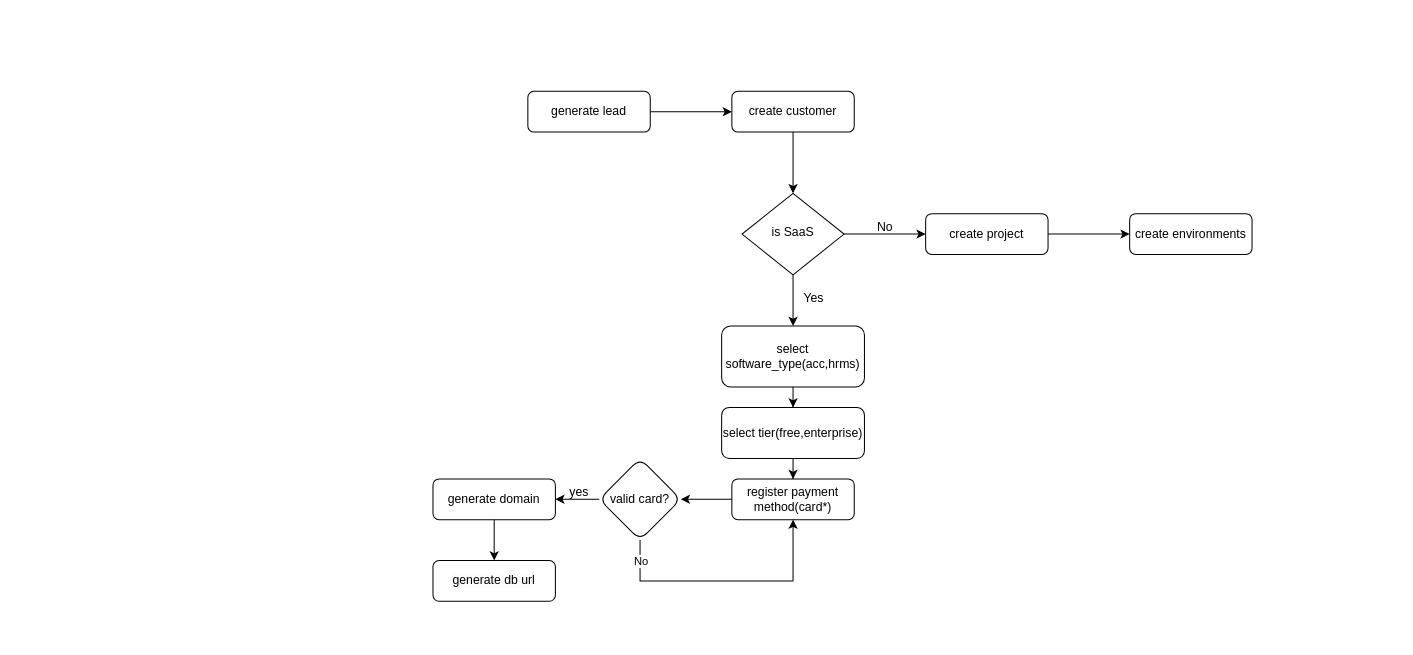
This is Product-licencing.drawio from GAndanje/product-licensing, a draw.io file, before an edit. Source tidied: cells renumbered, new cells numbered last; positions are measured from the earlier drawing's top-left corner, leaving out a move shared by most shapes. Both pictures are drawn from the tidied source at 102%, with x=0, y=0 at pixel (432, 91).
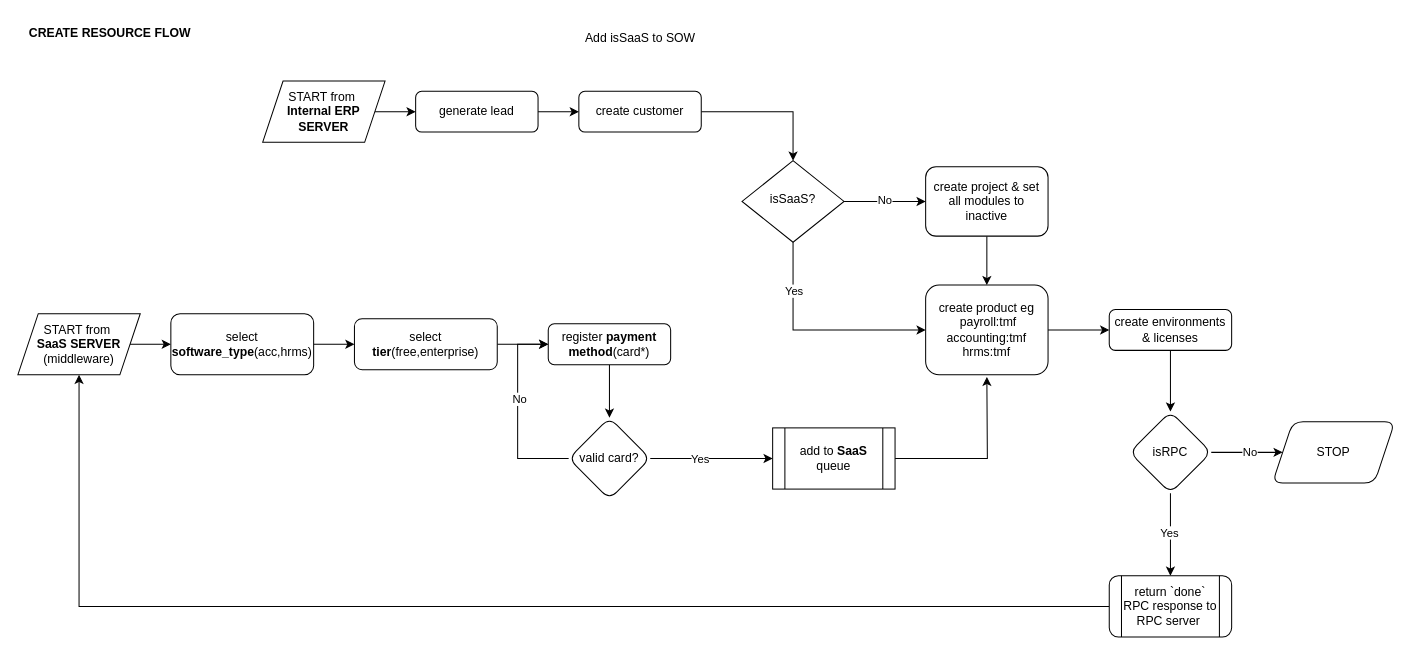
After the change.

Unchanged cells that the change refers to:
```xml
<mxCell id="9" style="edgeStyle=orthogonalEdgeStyle;rounded=0;jettySize=auto;html=1;" parent="1" edge="1" source="11" target="4">
  <mxGeometry relative="1" as="geometry" />
</mxCell>
```

Change to the diagram source:
```diff
@@
-    <mxCell id="2" value="create environments" style="rounded=1;whiteSpace=wrap;html=1;fontSize=12;glass=0;strokeWidth=1;shadow=0;" parent="1" vertex="1">
-      <mxGeometry x="683" y="120" width="120" height="40" as="geometry" />
-    </mxCell>
-    <mxCell id="3" style="edgeStyle=orthogonalEdgeStyle;rounded=0;jettySize=auto;html=1;" parent="1" edge="1" source="4" target="2">
-      <mxGeometry relative="1" as="geometry" />
-    </mxCell>
+    <mxCell id="28" style="edgeStyle=orthogonalEdgeStyle;rounded=0;jettySize=auto;html=1;" parent="1" edge="1" source="4">
+      <mxGeometry relative="1" as="geometry">
+        <mxPoint x="543" y="190" as="targetPoint" />
+      </mxGeometry>
+    </mxCell>
-    <mxCell id="4" value="create project" style="rounded=1;whiteSpace=wrap;html=1;fontSize=12;glass=0;strokeWidth=1;shadow=0;" parent="1" vertex="1">
-      <mxGeometry x="483" y="120" width="120" height="40" as="geometry" />
+    <mxCell id="4" value="create project &amp;amp; set all modules to inactive" style="rounded=1;whiteSpace=wrap;html=1;fontSize=12;glass=0;strokeWidth=1;shadow=0;" parent="1" vertex="1">
+      <mxGeometry x="483" y="74" width="120" height="68" as="geometry" />
     </mxCell>
@@
     <mxCell id="6" value="create customer" style="rounded=1;whiteSpace=wrap;html=1;fontSize=12;glass=0;strokeWidth=1;shadow=0;" parent="1" vertex="1">
-      <mxGeometry x="293" width="120" height="40" as="geometry" />
+      <mxGeometry x="143" width="120" height="40" as="geometry" />
     </mxCell>
@@
     <mxCell id="8" value="generate lead" style="rounded=1;whiteSpace=wrap;html=1;fontSize=12;glass=0;strokeWidth=1;shadow=0;" parent="1" vertex="1">
-      <mxGeometry x="93" width="120" height="40" as="geometry" />
+      <mxGeometry x="-17" width="120" height="40" as="geometry" />
     </mxCell>
@@
+    <mxCell id="29" value="No" style="edgeLabel;html=1;align=center;verticalAlign=middle;" parent="9" vertex="1">
+      <mxGeometry x="-0.03" y="2" relative="1" as="geometry" />
+    </mxCell>
-    <mxCell id="10" style="edgeStyle=orthogonalEdgeStyle;rounded=0;jettySize=auto;html=1;" parent="1" edge="1" source="11" target="14">
-      <mxGeometry relative="1" as="geometry" />
+    <mxCell id="10" style="edgeStyle=orthogonalEdgeStyle;rounded=0;jettySize=auto;html=1;entryX=0;entryY=0.5;entryDx=0;entryDy=0;" parent="1" edge="1" source="11" target="42">
+      <mxGeometry relative="1" as="geometry">
+        <Array as="points">
+          <mxPoint x="353" y="234" />
+        </Array>
+      </mxGeometry>
     </mxCell>
+    <mxCell id="30" value="Yes" style="edgeLabel;html=1;align=center;verticalAlign=middle;" parent="10" vertex="1">
+      <mxGeometry x="-0.41" y="1" relative="1" as="geometry">
+        <mxPoint x="-1" y="-17" as="offset" />
+      </mxGeometry>
+    </mxCell>
-    <mxCell id="11" value="is SaaS" style="rhombus;whiteSpace=wrap;html=1;shadow=0;fontFamily=Helvetica;fontSize=12;align=center;strokeWidth=1;spacing=6;spacingTop=-4;" parent="1" vertex="1">
-      <mxGeometry x="303" y="100" width="100" height="80" as="geometry" />
+    <mxCell id="11" value="isSaaS?" style="rhombus;whiteSpace=wrap;html=1;shadow=0;fontFamily=Helvetica;fontSize=12;align=center;strokeWidth=1;spacing=6;spacingTop=-4;" parent="1" vertex="1">
+      <mxGeometry x="303" y="68" width="100" height="80" as="geometry" />
     </mxCell>
-    <mxCell id="12" value="No" style="text;html=1;align=center;verticalAlign=middle;strokeColor=none;fillColor=none;" parent="1" vertex="1">
-      <mxGeometry x="423" y="118" width="40" height="30" as="geometry" />
-    </mxCell>
@@
-    <mxCell id="14" value="select software_type(acc,hrms)" style="rounded=1;whiteSpace=wrap;html=1;fontSize=12;glass=0;strokeWidth=1;shadow=0;" parent="1" vertex="1">
-      <mxGeometry x="283" y="230" width="140" height="60" as="geometry" />
+    <mxCell id="14" value="select &lt;b&gt;software_type&lt;/b&gt;(acc,hrms)" style="rounded=1;whiteSpace=wrap;html=1;fontSize=12;glass=0;strokeWidth=1;shadow=0;" parent="1" vertex="1">
+      <mxGeometry x="-257" y="218" width="140" height="60" as="geometry" />
     </mxCell>
-    <mxCell id="15" value="Yes" style="text;html=1;align=center;verticalAlign=middle;strokeColor=none;fillColor=none;" parent="1" vertex="1">
-      <mxGeometry x="353" y="188" width="40" height="30" as="geometry" />
-    </mxCell>
@@
-    <mxCell id="17" value="select tier(free,enterprise)" style="rounded=1;whiteSpace=wrap;html=1;fontSize=12;glass=0;strokeWidth=1;shadow=0;" parent="1" vertex="1">
-      <mxGeometry x="283" y="310" width="140" height="50" as="geometry" />
+    <mxCell id="17" value="select &lt;b&gt;tier&lt;/b&gt;(free,enterprise)" style="rounded=1;whiteSpace=wrap;html=1;fontSize=12;glass=0;strokeWidth=1;shadow=0;" parent="1" vertex="1">
+      <mxGeometry x="-77" y="223" width="140" height="50" as="geometry" />
     </mxCell>
@@
-    <mxCell id="19" value="register payment method(card*)" style="rounded=1;whiteSpace=wrap;html=1;fontSize=12;glass=0;strokeWidth=1;shadow=0;" parent="1" vertex="1">
-      <mxGeometry x="293" y="380" width="120" height="40" as="geometry" />
+    <mxCell id="19" value="register &lt;b&gt;payment method&lt;/b&gt;(card*)" style="rounded=1;whiteSpace=wrap;html=1;fontSize=12;glass=0;strokeWidth=1;shadow=0;" parent="1" vertex="1">
+      <mxGeometry x="113" y="228" width="120" height="40" as="geometry" />
     </mxCell>
-    <mxCell id="20" value="&lt;span style=&quot;color: rgb(0, 0, 0); font-family: Helvetica; font-size: 12px; font-style: normal; font-variant-ligatures: normal; font-variant-caps: normal; font-weight: 400; letter-spacing: normal; orphans: 2; text-align: center; text-indent: 0px; text-transform: none; widows: 2; word-spacing: 0px; -webkit-text-stroke-width: 0px; white-space: normal; background-color: rgb(251, 251, 251); text-decoration-thickness: initial; text-decoration-style: initial; text-decoration-color: initial; display: inline !important; float: none;&quot;&gt;generate db url&lt;/span&gt;" style="rounded=1;whiteSpace=wrap;html=1;fontSize=12;glass=0;strokeWidth=1;shadow=0;" parent="1" vertex="1">
-      <mxGeometry y="460" width="120" height="40" as="geometry" />
-    </mxCell>
-    <mxCell id="21" style="edgeStyle=orthogonalEdgeStyle;rounded=0;jettySize=auto;html=1;" parent="1" edge="1" source="22" target="20">
-      <mxGeometry relative="1" as="geometry" />
-    </mxCell>
-    <mxCell id="22" value="generate domain" style="rounded=1;whiteSpace=wrap;html=1;fontSize=12;glass=0;strokeWidth=1;shadow=0;" parent="1" vertex="1">
-      <mxGeometry y="380" width="120" height="40" as="geometry" />
-    </mxCell>
-    <mxCell id="23" style="edgeStyle=orthogonalEdgeStyle;rounded=0;jettySize=auto;html=1;" parent="1" edge="1" source="26" target="22">
-      <mxGeometry relative="1" as="geometry" />
-    </mxCell>
-    <mxCell id="24" style="edgeStyle=orthogonalEdgeStyle;rounded=0;jettySize=auto;html=1;entryX=0.5;entryY=1;entryDx=0;entryDy=0;exitX=0.5;exitY=1;exitDx=0;exitDy=0;" parent="1" edge="1" source="26" target="19">
+    <mxCell id="24" style="edgeStyle=orthogonalEdgeStyle;rounded=0;jettySize=auto;html=1;entryX=0;entryY=0.5;entryDx=0;entryDy=0;" parent="1" edge="1" source="26" target="19">
       <mxGeometry relative="1" as="geometry">
         <Array as="points">
-          <mxPoint x="203" y="480" />
-          <mxPoint x="353" y="480" />
+          <mxPoint x="83" y="360" />
+          <mxPoint x="83" y="248" />
         </Array>
       </mxGeometry>
     </mxCell>
-    <mxCell id="25" value="No" style="edgeLabel;html=1;align=center;verticalAlign=middle;" parent="24" vertex="1">
-      <mxGeometry x="-0.97" y="4" relative="1" as="geometry">
-        <mxPoint x="-4" y="16" as="offset" />
-      </mxGeometry>
-    </mxCell>
+    <mxCell id="31" value="No" style="edgeLabel;html=1;align=center;verticalAlign=middle;" parent="24" vertex="1">
+      <mxGeometry x="0.14" y="-1" relative="1" as="geometry" />
+    </mxCell>
+    <mxCell id="32" style="edgeStyle=orthogonalEdgeStyle;rounded=0;jettySize=auto;html=1;entryX=0;entryY=0.5;entryDx=0;entryDy=0;" parent="1" edge="1" source="26" target="44">
+      <mxGeometry relative="1" as="geometry" />
+    </mxCell>
+    <mxCell id="33" value="Yes" style="edgeLabel;html=1;align=center;verticalAlign=middle;" parent="32" vertex="1">
+      <mxGeometry x="-0.2" relative="1" as="geometry" />
+    </mxCell>
     <mxCell id="26" value="valid card?" style="rhombus;whiteSpace=wrap;html=1;rounded=1;glass=0;strokeWidth=1;shadow=0;" parent="1" vertex="1">
-      <mxGeometry x="163" y="360" width="80" height="80" as="geometry" />
+      <mxGeometry x="133" y="320" width="80" height="80" as="geometry" />
     </mxCell>
-    <mxCell id="27" value="yes" style="text;html=1;align=center;verticalAlign=middle;strokeColor=none;fillColor=none;" parent="1" vertex="1">
-      <mxGeometry x="123" y="378" width="40" height="30" as="geometry" />
-    </mxCell>
+    <mxCell id="34" style="edgeStyle=orthogonalEdgeStyle;rounded=0;jettySize=auto;html=1;" parent="1" edge="1" source="35" target="49">
+      <mxGeometry relative="1" as="geometry" />
+    </mxCell>
+    <mxCell id="35" value="create environments&lt;br&gt;&amp;amp; licenses" style="rounded=1;whiteSpace=wrap;html=1;fontSize=12;glass=0;strokeWidth=1;shadow=0;" parent="1" vertex="1">
+      <mxGeometry x="663" y="214" width="120" height="40" as="geometry" />
+    </mxCell>
+    <mxCell id="36" value="Add isSaaS to SOW&lt;div&gt;&lt;br/&gt;&lt;/div&gt;" style="text;html=1;align=center;verticalAlign=middle;strokeColor=none;fillColor=none;" parent="1" vertex="1">
+      <mxGeometry x="138" y="-65" width="130" height="40" as="geometry" />
+    </mxCell>
+    <mxCell id="37" style="edgeStyle=orthogonalEdgeStyle;rounded=0;jettySize=auto;html=1;" parent="1" edge="1" source="38" target="8">
+      <mxGeometry relative="1" as="geometry" />
+    </mxCell>
+    <mxCell id="38" value="START from&amp;nbsp;&lt;div&gt;&lt;b&gt;Internal ERP&lt;br&gt;SERVER&lt;/b&gt;&lt;/div&gt;" style="shape=parallelogram;perimeter=parallelogramPerimeter;whiteSpace=wrap;html=1;fixedSize=1;" parent="1" vertex="1">
+      <mxGeometry x="-167" y="-10" width="120" height="60" as="geometry" />
+    </mxCell>
+    <mxCell id="39" style="edgeStyle=orthogonalEdgeStyle;rounded=0;jettySize=auto;html=1;" parent="1" edge="1" source="40" target="14">
+      <mxGeometry relative="1" as="geometry" />
+    </mxCell>
+    <mxCell id="40" value="START from&amp;nbsp;&lt;div&gt;&lt;b&gt;SaaS SERVER&lt;br&gt;&lt;/b&gt;(middleware)&lt;/div&gt;" style="shape=parallelogram;perimeter=parallelogramPerimeter;whiteSpace=wrap;html=1;fixedSize=1;" parent="1" vertex="1">
+      <mxGeometry x="-407" y="218" width="120" height="60" as="geometry" />
+    </mxCell>
+    <mxCell id="41" style="edgeStyle=orthogonalEdgeStyle;rounded=0;jettySize=auto;html=1;" parent="1" edge="1" source="42" target="35">
+      <mxGeometry relative="1" as="geometry" />
+    </mxCell>
+    <mxCell id="42" value="create product eg&lt;br&gt;&amp;nbsp;payroll:tmf&lt;br&gt;accounting:tmf&lt;br&gt;hrms:tmf" style="rounded=1;whiteSpace=wrap;html=1;fontSize=12;glass=0;strokeWidth=1;shadow=0;" parent="1" vertex="1">
+      <mxGeometry x="483" y="190" width="120" height="88" as="geometry" />
+    </mxCell>
+    <mxCell id="43" style="edgeStyle=orthogonalEdgeStyle;rounded=0;jettySize=auto;html=1;" parent="1" edge="1" source="44">
+      <mxGeometry relative="1" as="geometry">
+        <mxPoint x="543" y="280" as="targetPoint" />
+      </mxGeometry>
+    </mxCell>
+    <mxCell id="44" value="add to &lt;b&gt;SaaS&lt;/b&gt; queue" style="shape=process;whiteSpace=wrap;html=1;backgroundOutline=1;" parent="1" vertex="1">
+      <mxGeometry x="333" y="330" width="120" height="60" as="geometry" />
+    </mxCell>
+    <mxCell id="45" style="edgeStyle=orthogonalEdgeStyle;rounded=0;jettySize=auto;html=1;" parent="1" edge="1" source="49" target="52">
+      <mxGeometry relative="1" as="geometry" />
+    </mxCell>
+    <mxCell id="46" value="No" style="edgeLabel;html=1;align=center;verticalAlign=middle;" parent="45" vertex="1">
+      <mxGeometry x="0.06" y="1" relative="1" as="geometry" />
+    </mxCell>
+    <mxCell id="47" style="edgeStyle=orthogonalEdgeStyle;rounded=0;jettySize=auto;html=1;" parent="1" edge="1" source="49" target="51">
+      <mxGeometry relative="1" as="geometry" />
+    </mxCell>
+    <mxCell id="48" value="Yes" style="edgeLabel;html=1;align=center;verticalAlign=middle;" parent="47" vertex="1">
+      <mxGeometry x="-0.06" y="-2" relative="1" as="geometry" />
+    </mxCell>
+    <mxCell id="49" value="isRPC" style="rhombus;whiteSpace=wrap;html=1;rounded=1;glass=0;strokeWidth=1;shadow=0;" parent="1" vertex="1">
+      <mxGeometry x="683" y="314" width="80" height="80" as="geometry" />
+    </mxCell>
+    <mxCell id="50" style="edgeStyle=orthogonalEdgeStyle;rounded=0;jettySize=auto;html=1;entryX=0.5;entryY=1;entryDx=0;entryDy=0;" parent="1" edge="1" source="51" target="40">
+      <mxGeometry relative="1" as="geometry" />
+    </mxCell>
+    <mxCell id="51" value="return `done` RPC response to RPC server&amp;nbsp;" style="shape=process;whiteSpace=wrap;html=1;backgroundOutline=1;rounded=1;glass=0;strokeWidth=1;shadow=0;" parent="1" vertex="1">
+      <mxGeometry x="663" y="475" width="120" height="60" as="geometry" />
+    </mxCell>
+    <mxCell id="52" value="STOP" style="shape=parallelogram;perimeter=parallelogramPerimeter;whiteSpace=wrap;html=1;fixedSize=1;rounded=1;glass=0;strokeWidth=1;shadow=0;" parent="1" vertex="1">
+      <mxGeometry x="823" y="324" width="120" height="60" as="geometry" />
+    </mxCell>
+    <mxCell id="53" value="&lt;b&gt;CREATE RESOURCE FLOW&lt;/b&gt;" style="text;html=1;align=center;verticalAlign=middle;strokeColor=none;fillColor=none;" parent="1" vertex="1">
+      <mxGeometry x="-407" y="-72" width="180" height="30" as="geometry" />
+    </mxCell>
```
